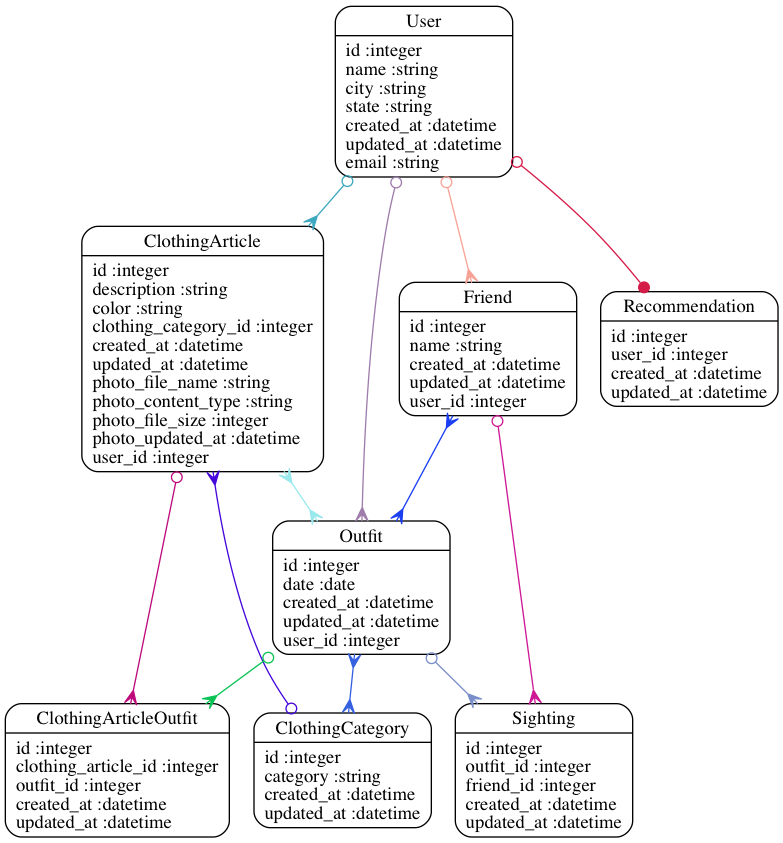
This is models.png from kamoh/outfittracker, a Graphviz export, as it was before one commit. Its source is kept beside it as models.dot.
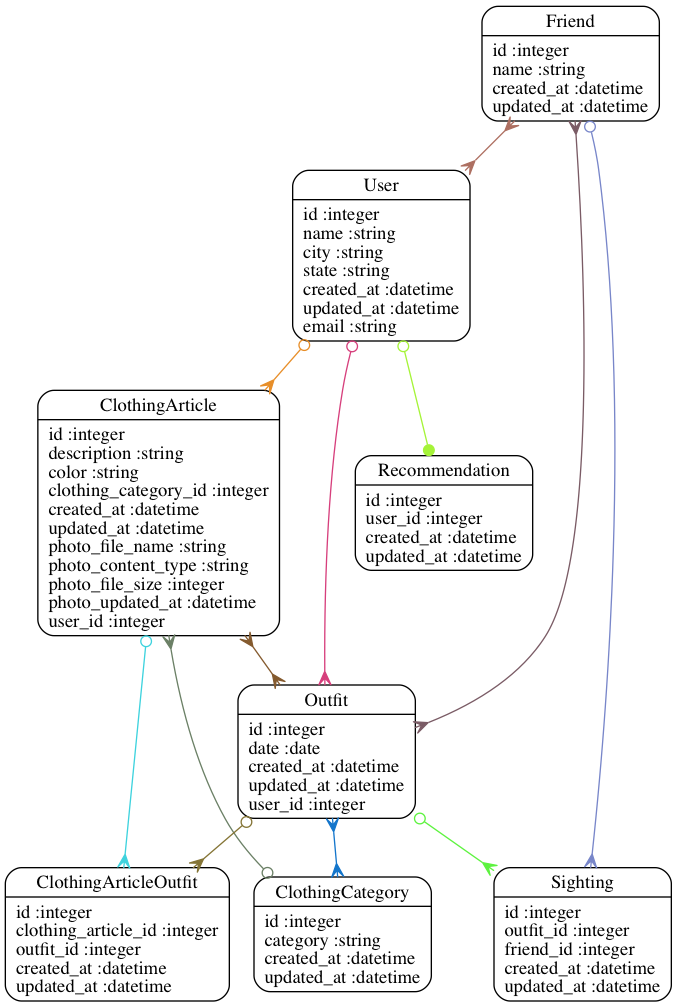
The same diagram one commit later.

The edit, as a diff of the source:
```diff
@@ -3,21 +3,21 @@
 	"ClothingArticle" [shape=Mrecord, label="{ClothingArticle|id :integer\ldescription :string\lcolor :string\lclothing_category_id :integer\lcreated_at :datetime\lupdated_at :datetime\lphoto_file_name :string\lphoto_content_type :string\lphoto_file_size :integer\lphoto_updated_at :datetime\luser_id :integer\l}"]
 	"ClothingArticleOutfit" [shape=Mrecord, label="{ClothingArticleOutfit|id :integer\lclothing_article_id :integer\loutfit_id :integer\lcreated_at :datetime\lupdated_at :datetime\l}"]
 	"ClothingCategory" [shape=Mrecord, label="{ClothingCategory|id :integer\lcategory :string\lcreated_at :datetime\lupdated_at :datetime\l}"]
-	"Friend" [shape=Mrecord, label="{Friend|id :integer\lname :string\lcreated_at :datetime\lupdated_at :datetime\luser_id :integer\l}"]
+	"Friend" [shape=Mrecord, label="{Friend|id :integer\lname :string\lcreated_at :datetime\lupdated_at :datetime\l}"]
 	"Outfit" [shape=Mrecord, label="{Outfit|id :integer\ldate :date\lcreated_at :datetime\lupdated_at :datetime\luser_id :integer\l}"]
 	"Recommendation" [shape=Mrecord, label="{Recommendation|id :integer\luser_id :integer\lcreated_at :datetime\lupdated_at :datetime\l}"]
 	"Sighting" [shape=Mrecord, label="{Sighting|id :integer\loutfit_id :integer\lfriend_id :integer\lcreated_at :datetime\lupdated_at :datetime\l}"]
 	"User" [shape=Mrecord, label="{User|id :integer\lname :string\lcity :string\lstate :string\lcreated_at :datetime\lupdated_at :datetime\lemail :string\l}"]
-	"ClothingArticle" -> "ClothingArticleOutfit" [arrowtail=odot, arrowhead=crow, dir=both color="#BD0B7B"]
-	"ClothingArticle" -> "Outfit" [arrowtail=crow, arrowhead=crow, dir=both color="#99E9EC"]
-	"ClothingCategory" -> "ClothingArticle" [arrowtail=odot, arrowhead=crow, dir=both color="#4507D9"]
-	"Friend" -> "Sighting" [arrowtail=odot, arrowhead=crow, dir=both color="#CD1895"]
-	"Friend" -> "Outfit" [arrowtail=crow, arrowhead=crow, dir=both color="#1A3EF2"]
-	"Outfit" -> "ClothingArticleOutfit" [arrowtail=odot, arrowhead=crow, dir=both color="#0BC355"]
-	"Outfit" -> "ClothingCategory" [arrowtail=crow, arrowhead=crow, dir=both color="#3560E0"]
-	"Outfit" -> "Sighting" [arrowtail=odot, arrowhead=crow, dir=both color="#788DC9"]
-	"User" -> "Outfit" [arrowtail=odot, arrowhead=crow, dir=both color="#9F7CAC"]
-	"User" -> "ClothingArticle" [arrowtail=odot, arrowhead=crow, dir=both color="#3EA7C0"]
-	"User" -> "Friend" [arrowtail=odot, arrowhead=crow, dir=both color="#F7A297"]
-	"User" -> "Recommendation" [arrowtail=odot, arrowhead=dot, dir=both color="#D51B48"]
+	"ClothingArticle" -> "ClothingArticleOutfit" [arrowtail=odot, arrowhead=crow, dir=both color="#3ED2DD"]
+	"ClothingArticle" -> "Outfit" [arrowtail=crow, arrowhead=crow, dir=both color="#845A2E"]
+	"ClothingCategory" -> "ClothingArticle" [arrowtail=odot, arrowhead=crow, dir=both color="#6B8066"]
+	"Friend" -> "Sighting" [arrowtail=odot, arrowhead=crow, dir=both color="#7886C9"]
+	"Friend" -> "Outfit" [arrowtail=crow, arrowhead=crow, dir=both color="#7A5B65"]
+	"Friend" -> "User" [arrowtail=crow, arrowhead=crow, dir=both color="#AD6F61"]
+	"Outfit" -> "ClothingArticleOutfit" [arrowtail=odot, arrowhead=crow, dir=both color="#847435"]
+	"Outfit" -> "ClothingCategory" [arrowtail=crow, arrowhead=crow, dir=both color="#1375CB"]
+	"Outfit" -> "Sighting" [arrowtail=odot, arrowhead=crow, dir=both color="#5DF23F"]
+	"User" -> "Outfit" [arrowtail=odot, arrowhead=crow, dir=both color="#D63F7C"]
+	"User" -> "ClothingArticle" [arrowtail=odot, arrowhead=crow, dir=both color="#E78E29"]
+	"User" -> "Recommendation" [arrowtail=odot, arrowhead=dot, dir=both color="#A5F338"]
 }
```
